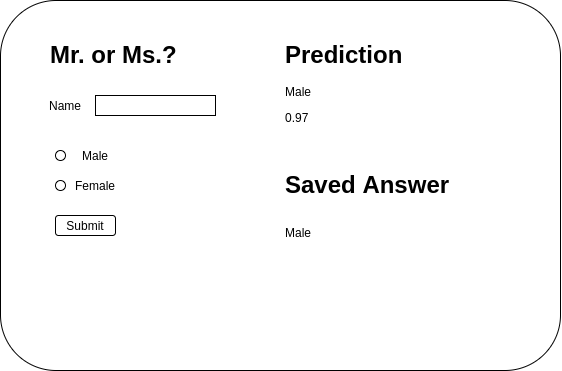
This is genderize/genderize-content.png from 1995parham-teaching/ie-exam, a draw.io export, as it was before one commit. Source tidied: cells renumbered, new cells last; positions are measured from the earlier drawing's top-left corner, leaving out a move shared by most shapes.
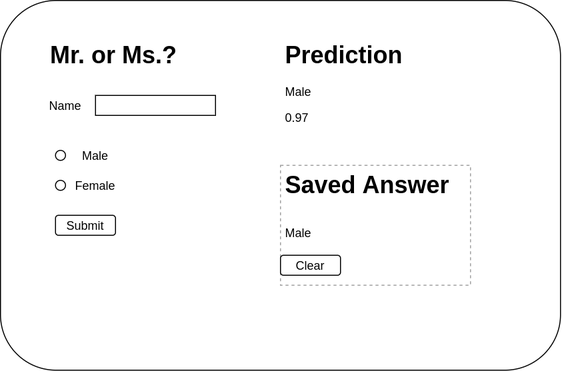
After the change.

The edit, as a diff of the source:
```diff
@@ -32,8 +32,11 @@
     <mxCell id="11" value="&lt;h1&gt;Prediction&lt;/h1&gt;&lt;p&gt;Male&lt;/p&gt;&lt;p&gt;0.97&lt;/p&gt;" style="text;html=1;strokeColor=none;fillColor=none;spacing=5;spacingTop=-20;whiteSpace=wrap;overflow=hidden;rounded=0;" parent="1" vertex="1">
       <mxGeometry x="280" y="35" width="190" height="120" as="geometry" />
     </mxCell>
-    <mxCell id="12" value="&lt;h1&gt;&lt;span&gt;Saved Answer&lt;/span&gt;&lt;/h1&gt;&lt;h1&gt;&lt;span style=&quot;font-size: 12px ; font-weight: normal&quot;&gt;Male&lt;/span&gt;&lt;br&gt;&lt;/h1&gt;" style="text;html=1;strokeColor=none;fillColor=none;spacing=5;spacingTop=-20;whiteSpace=wrap;overflow=hidden;rounded=0;" parent="1" vertex="1">
+    <mxCell id="12" value="&lt;h1&gt;&lt;span&gt;Saved Answer&lt;/span&gt;&lt;/h1&gt;&lt;h1&gt;&lt;span style=&quot;font-size: 12px ; font-weight: normal&quot;&gt;Male&lt;/span&gt;&lt;br&gt;&lt;/h1&gt;" style="text;html=1;spacing=5;spacingTop=-20;whiteSpace=wrap;overflow=hidden;rounded=0;dashed=1;strokeColor=#A1A1A1;" parent="1" vertex="1">
       <mxGeometry x="280" y="165" width="190" height="120" as="geometry" />
     </mxCell>
+    <mxCell id="13" value="Clear" style="rounded=1;whiteSpace=wrap;html=1;" parent="1" vertex="1">
+      <mxGeometry x="280" y="255" width="60" height="20" as="geometry" />
+    </mxCell>
   </root>
 </mxGraphModel>
```
